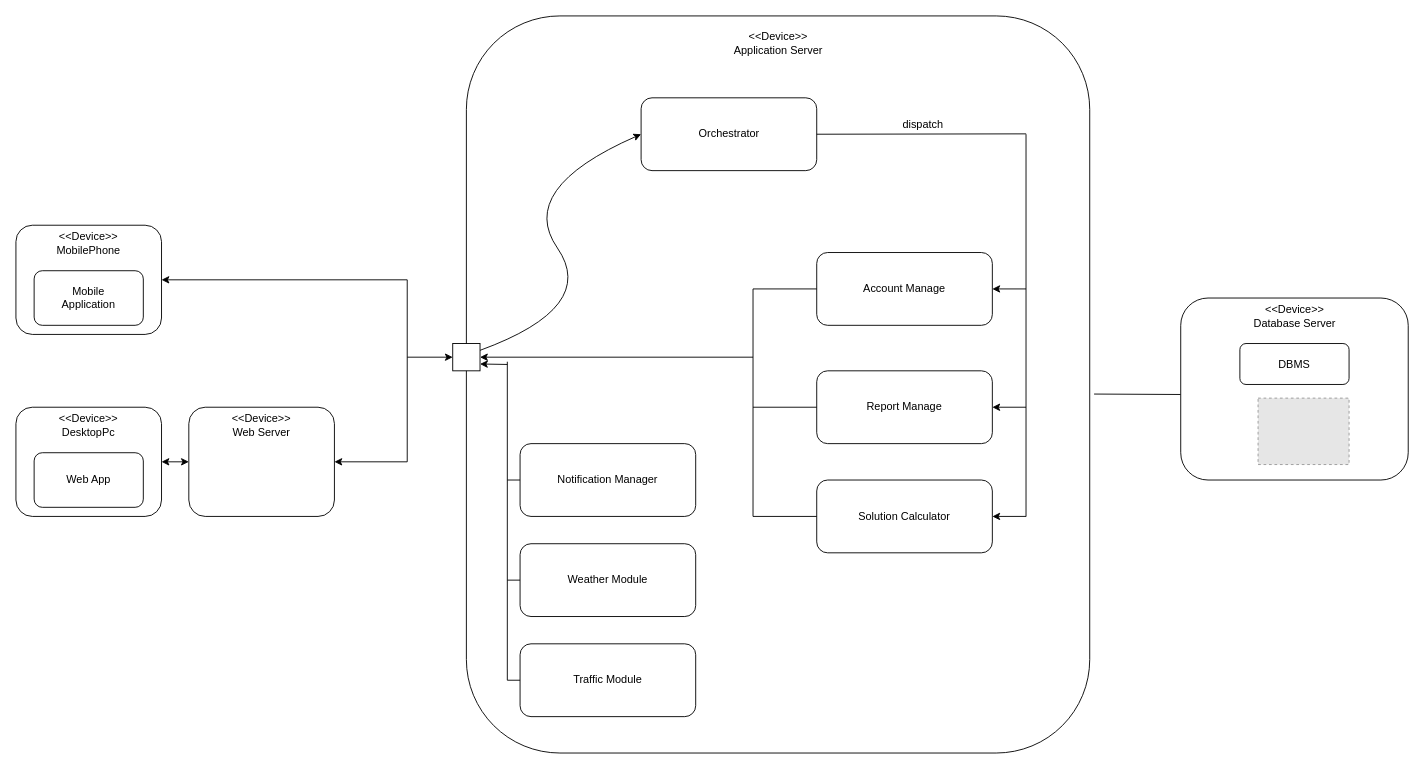
The draw.io diagram DD/high level.drawio in Edoardo-Putti/Software-engineering-2-polimi, before the edit. Source tidied: cells renumbered, new cells numbered last; positions are measured from the earlier drawing's top-left corner, leaving out a move shared by most shapes. Both pictures are drawn from the tidied source at 91%, with x=0, y=0 at pixel (15, 15). Pictures stored in the file or linked from it are replaced by grey dashed boxes.
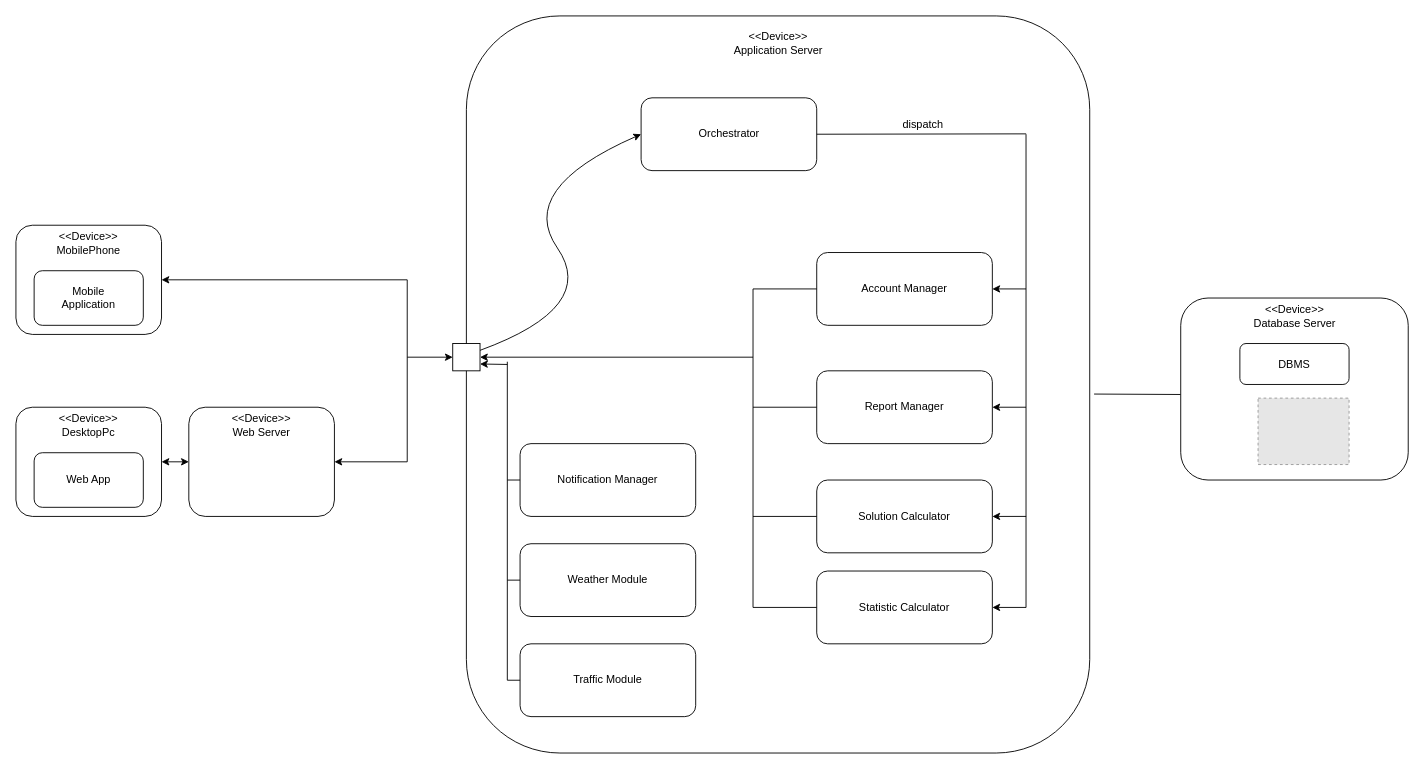
The same page after the edit.

Commit message (it also covers changes not shown here):
updated ER schema adding attributes and keys and high level schema adding modules

The edit, as a diff of the source:
```diff
@@
-    <mxCell id="31" value="Account Manage" style="text;html=1;strokeColor=none;fillColor=none;align=center;verticalAlign=middle;whiteSpace=wrap;rounded=0;" parent="1" vertex="1">
+    <mxCell id="31" value="Account Manager" style="text;html=1;strokeColor=none;fillColor=none;align=center;verticalAlign=middle;whiteSpace=wrap;rounded=0;" parent="1" vertex="1">
       <mxGeometry x="912" y="290" width="129" height="20" as="geometry" />
     </mxCell>
-    <mxCell id="32" value="Report Manage" style="text;html=1;strokeColor=none;fillColor=none;align=center;verticalAlign=middle;whiteSpace=wrap;rounded=0;" parent="1" vertex="1">
+    <mxCell id="32" value="Report Manager" style="text;html=1;strokeColor=none;fillColor=none;align=center;verticalAlign=middle;whiteSpace=wrap;rounded=0;" parent="1" vertex="1">
       <mxGeometry x="912" y="420" width="129" height="20" as="geometry" />
     </mxCell>
@@
     <mxCell id="43" style="endArrow=none;html=1;" parent="1" edge="1">
       <mxGeometry relative="1" as="geometry">
-        <mxPoint x="810" y="550" as="sourcePoint" />
+        <mxPoint x="810" y="650" as="sourcePoint" />
         <mxPoint x="810" y="300" as="targetPoint" />
       </mxGeometry>
     </mxCell>
@@
     <mxCell id="47" style="endArrow=none;html=1;" parent="1" edge="1">
       <mxGeometry relative="1" as="geometry">
         <mxPoint x="1110" y="130" as="sourcePoint" />
-        <mxPoint x="1110" y="550" as="targetPoint" />
+        <mxPoint x="1110" y="650" as="targetPoint" />
       </mxGeometry>
     </mxCell>
@@
+    <mxCell id="56" style="rounded=1;whiteSpace=wrap;html=1;" parent="1" vertex="1">
+      <mxGeometry x="880" y="610" width="193" height="80" as="geometry" />
+    </mxCell>
+    <mxCell id="57" value="Statistic Calculator" style="text;html=1;strokeColor=none;fillColor=none;align=center;verticalAlign=middle;whiteSpace=wrap;rounded=0;" parent="1" vertex="1">
+      <mxGeometry x="912" y="640" width="129" height="20" as="geometry" />
+    </mxCell>
+    <mxCell id="58" style="endArrow=none;html=1;entryX=0;entryY=0.5;entryDx=0;entryDy=0;" parent="1" edge="1">
+      <mxGeometry relative="1" as="geometry">
+        <mxPoint x="810" y="650" as="sourcePoint" />
+        <mxPoint x="880" y="650" as="targetPoint" />
+      </mxGeometry>
+    </mxCell>
+    <mxCell id="59" style="endArrow=classic;html=1;entryX=1;entryY=0.5;entryDx=0;entryDy=0;exitX=0.898;exitY=0.679;exitDx=0;exitDy=0;exitPerimeter=0;" parent="1" edge="1" target="56">
+      <mxGeometry relative="1" as="geometry">
+        <mxPoint x="1110.1" y="650" as="sourcePoint" />
+      </mxGeometry>
+    </mxCell>
```
